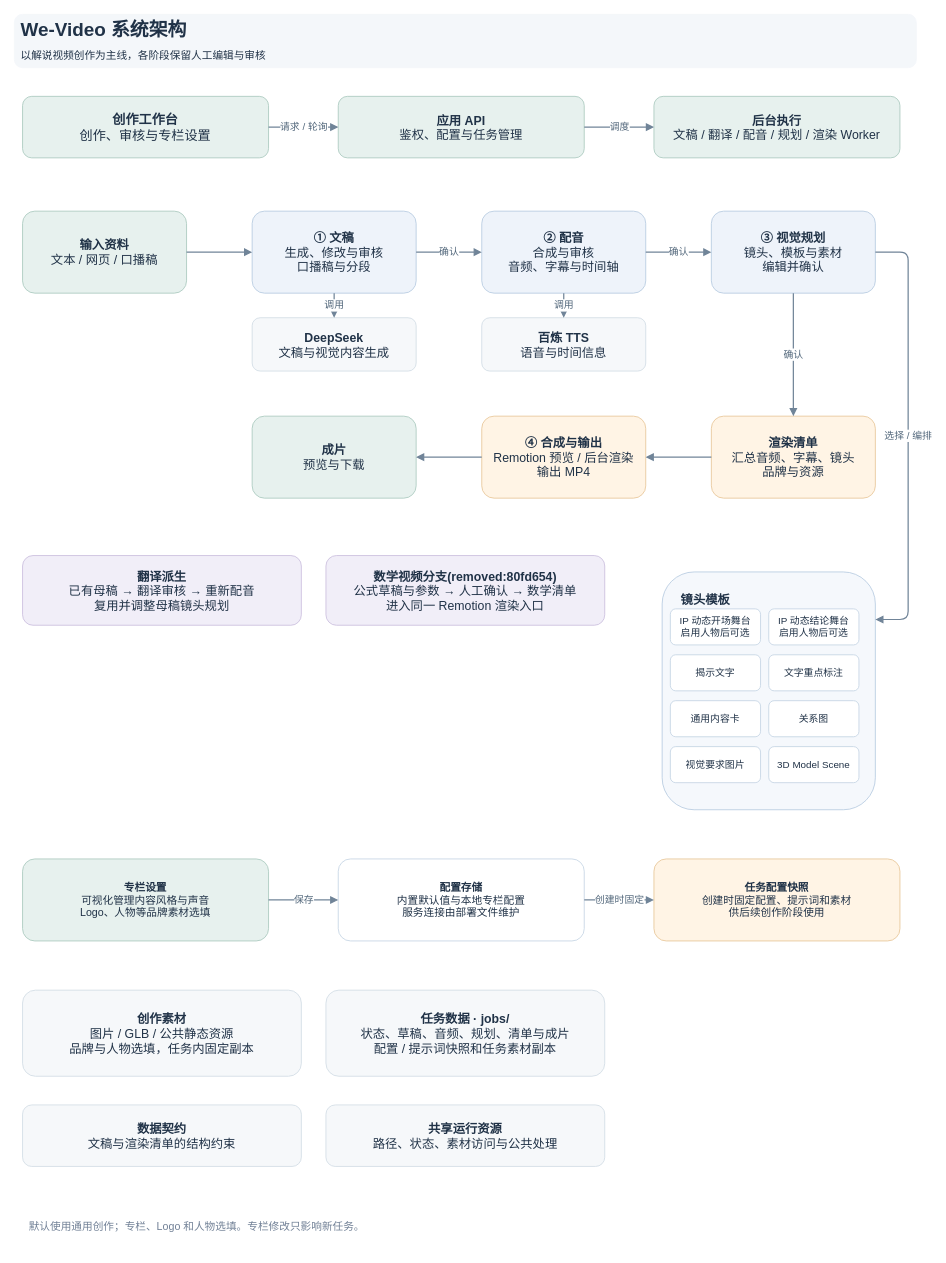
Earlier version of the draw.io diagram doc/architecture.drawio (hongqun/we-video). Source tidied: cells renumbered, new cells numbered last; positions are measured from the earlier drawing's top-left corner, leaving out a move shared by most shapes. Both pictures are drawn from the tidied source at 82%, with x=0, y=0 at pixel (14, 14).
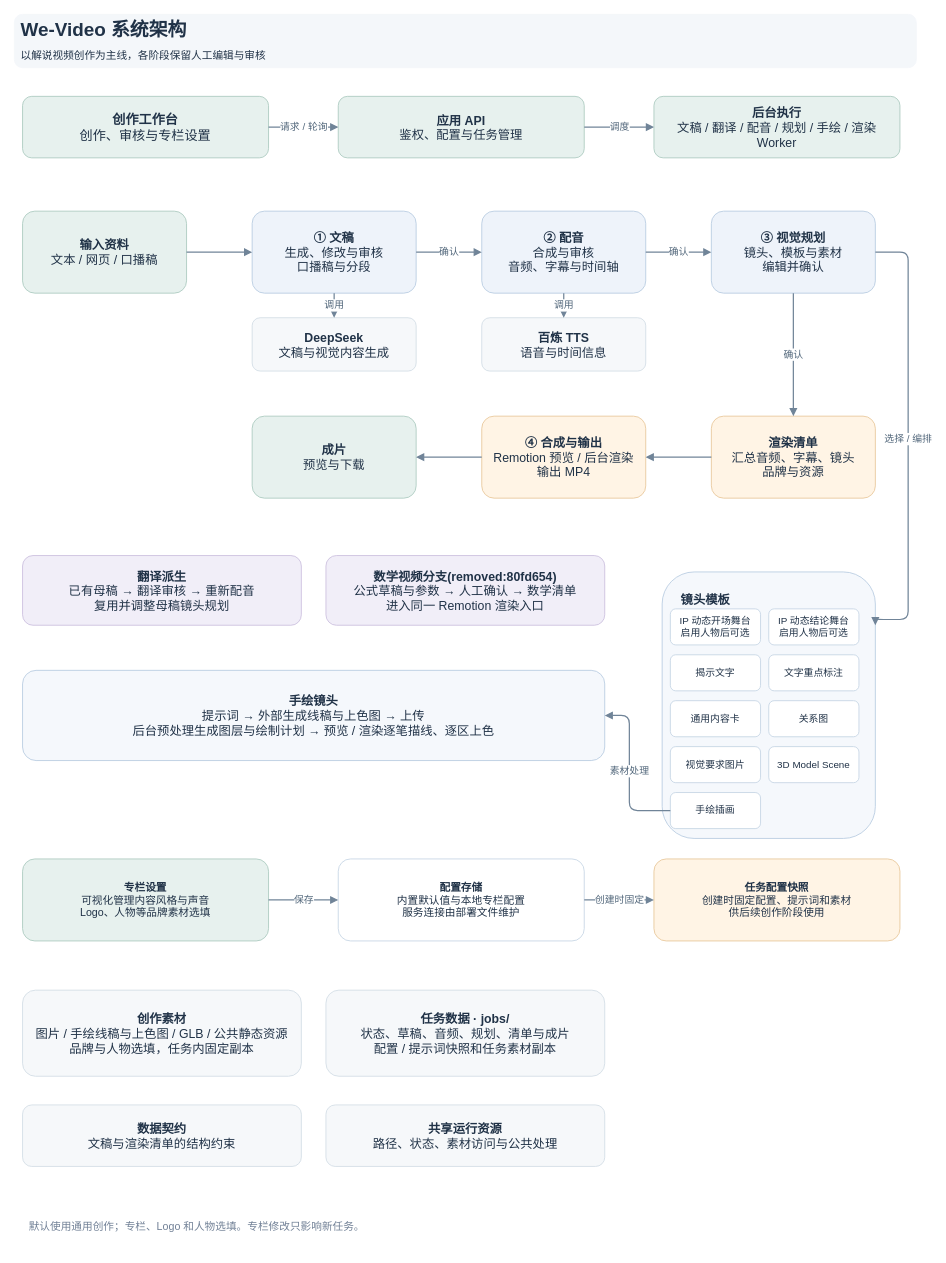
The same page after the edit.

Commit message:
docs(architecture): add hand-drawn shot template to diagram

Document the new hand-drawn shot pipeline in the architecture diagram:
add the 手绘插画 template node, a preprocessing/generation flow
(prompts → external line-art and color images → upload → background
preprocessing → per-stroke drawing and per-region painting), update
the worker list to include the hand-drawn worker, and list the
line-art/color assets under 创作素材.

The edit, as a diff of the source:
```diff
@@
     <mxCell id="21" value="&lt;b&gt;镜头模板&lt;/b&gt;" style="rounded=1;whiteSpace=wrap;html=1;fillColor=#f5f8fc;strokeColor=#b5c9df;fontColor=#203247;fontSize=15;spacing=8;align=left;verticalAlign=top;spacingTop=12;spacingLeft=15;" parent="1" vertex="1">
-      <mxGeometry x="790" y="680" width="260" height="290" as="geometry" />
+      <mxGeometry x="790" y="680" width="260" height="325" as="geometry" />
     </mxCell>
@@
+    <mxCell id="47" value="手绘插画" style="rounded=1;whiteSpace=wrap;html=1;fillColor=#ffffff;strokeColor=#c3d3e3;fontColor=#203247;fontSize=12;spacing=3;" parent="21" vertex="1">
+      <mxGeometry x="10" y="269" width="110" height="44" as="geometry" />
+    </mxCell>
+    <mxCell id="48" value="&lt;b&gt;手绘镜头&lt;/b&gt;&lt;br&gt;提示词 → 外部生成线稿与上色图 → 上传&lt;br&gt;后台预处理生成图层与绘制计划 → 预览 / 渲染逐笔描线、逐区上色" style="rounded=1;whiteSpace=wrap;html=1;fillColor=#f5f8fc;strokeColor=#b5c9df;fontColor=#203247;fontSize=15;spacing=8;" parent="1" vertex="1">
+      <mxGeometry x="10" y="800" width="710" height="110" as="geometry" />
+    </mxCell>
+    <mxCell id="49" value="素材处理" style="edgeStyle=orthogonalEdgeStyle;rounded=1;html=1;strokeColor=#708498;strokeWidth=1.5;endArrow=block;endFill=1;fontSize=12;fontColor=#52677b;labelBackgroundColor=#ffffff;exitX=0;exitY=0.5;entryX=1;entryY=0.5;" parent="1" edge="1" source="47" target="48">
+      <mxGeometry relative="1" as="geometry">
+        <Array as="points">
+          <mxPoint x="750" y="971" />
+          <mxPoint x="750" y="855" />
+        </Array>
+      </mxGeometry>
+    </mxCell>
@@
-    <mxCell id="31" value="&lt;b&gt;创作素材&lt;/b&gt;&lt;br&gt;图片 / GLB / 公共静态资源&lt;br&gt;品牌与人物选填，任务内固定副本" style="rounded=1;whiteSpace=wrap;html=1;fillColor=#f6f8fa;strokeColor=#d1dce4;fontColor=#203247;fontSize=15;spacing=8;" parent="1" vertex="1">
+    <mxCell id="31" value="&lt;b&gt;创作素材&lt;/b&gt;&lt;br&gt;图片 / 手绘线稿与上色图 / GLB / 公共静态资源&lt;br&gt;品牌与人物选填，任务内固定副本" style="rounded=1;whiteSpace=wrap;html=1;fillColor=#f6f8fa;strokeColor=#d1dce4;fontColor=#203247;fontSize=15;spacing=8;" parent="1" vertex="1">
       <mxGeometry x="10" y="1190" width="340" height="105" as="geometry" />
     </mxCell>
@@
-    <mxCell id="37" value="&lt;b&gt;后台执行&lt;/b&gt;&lt;br&gt;文稿 / 翻译 / 配音 / 规划 / 渲染 Worker" style="rounded=1;whiteSpace=wrap;html=1;fillColor=#e7f1ee;strokeColor=#a8c8bd;fontColor=#203247;fontSize=15;spacing=8;" parent="1" vertex="1">
+    <mxCell id="37" value="&lt;b&gt;后台执行&lt;/b&gt;&lt;br&gt;文稿 / 翻译 / 配音 / 规划 / 手绘 / 渲染 Worker" style="rounded=1;whiteSpace=wrap;html=1;fillColor=#e7f1ee;strokeColor=#a8c8bd;fontColor=#203247;fontSize=15;spacing=8;" parent="1" vertex="1">
       <mxGeometry x="780" y="100" width="300" height="75" as="geometry" />
     </mxCell>
```
